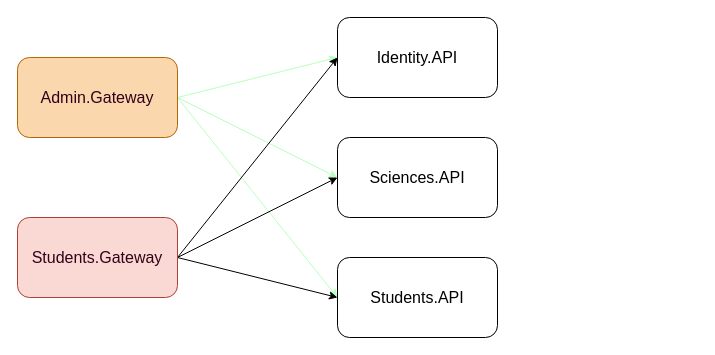
Above: diagram.drawio in ilmhub-uz/school-management-system (draw.io), before the change. Source tidied: cells renumbered, new cells numbered last; positions are measured from the earlier drawing's top-left corner, leaving out a move shared by most shapes. Both pictures are drawn from the tidied source at 100%, with x=0, y=0 at pixel (17, 17).
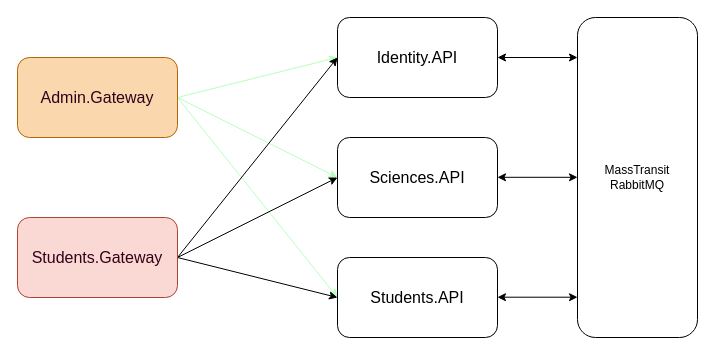
Above is the later version.

The edit, as a diff of the source:
```diff
@@
 <mxGraphModel>
   <root>
     <mxCell id="0" />
     <mxCell id="1" parent="0" />
     <mxCell id="2" style="edgeStyle=none;html=1;exitX=1;exitY=0.5;exitDx=0;exitDy=0;entryX=0;entryY=0.5;entryDx=0;entryDy=0;fontSize=16;fillColor=#60a917;strokeColor=#B8FFBF;" parent="1" edge="1" source="5" target="6">
       <mxGeometry relative="1" as="geometry" />
     </mxCell>
     <mxCell id="3" style="edgeStyle=none;html=1;exitX=1;exitY=0.5;exitDx=0;exitDy=0;entryX=0;entryY=0.5;entryDx=0;entryDy=0;fontSize=16;fillColor=#60a917;strokeColor=#B8FFBF;" parent="1" edge="1" source="5" target="7">
       <mxGeometry relative="1" as="geometry" />
     </mxCell>
     <mxCell id="4" style="edgeStyle=none;html=1;exitX=1;exitY=0.5;exitDx=0;exitDy=0;entryX=0;entryY=0.5;entryDx=0;entryDy=0;fontSize=16;fillColor=#60a917;strokeColor=#B8FFBF;" parent="1" edge="1" source="5" target="8">
       <mxGeometry relative="1" as="geometry" />
     </mxCell>
     <mxCell id="5" value="Admin.Gateway" style="rounded=1;whiteSpace=wrap;html=1;fontSize=16;fillColor=#fad7ac;strokeColor=#b46504;fontColor=#33001A;" parent="1" vertex="1">
       <mxGeometry y="40" width="160" height="80" as="geometry" />
     </mxCell>
     <mxCell id="6" value="Identity.API" style="rounded=1;whiteSpace=wrap;html=1;fontSize=16;" parent="1" vertex="1">
       <mxGeometry x="320" width="160" height="80" as="geometry" />
     </mxCell>
     <mxCell id="7" value="Sciences.API" style="rounded=1;whiteSpace=wrap;html=1;fontSize=16;" parent="1" vertex="1">
       <mxGeometry x="320" y="120" width="160" height="80" as="geometry" />
     </mxCell>
     <mxCell id="8" value="Students.API" style="rounded=1;whiteSpace=wrap;html=1;fontSize=16;" parent="1" vertex="1">
       <mxGeometry x="320" y="240" width="160" height="80" as="geometry" />
     </mxCell>
     <mxCell id="9" style="edgeStyle=none;html=1;exitX=1;exitY=0.5;exitDx=0;exitDy=0;entryX=0;entryY=0.5;entryDx=0;entryDy=0;fontSize=16;" parent="1" edge="1" source="12" target="6">
       <mxGeometry relative="1" as="geometry" />
     </mxCell>
     <mxCell id="10" style="edgeStyle=none;html=1;exitX=1;exitY=0.5;exitDx=0;exitDy=0;entryX=0;entryY=0.5;entryDx=0;entryDy=0;fontSize=16;" parent="1" edge="1" source="12" target="7">
       <mxGeometry relative="1" as="geometry" />
     </mxCell>
     <mxCell id="11" style="edgeStyle=none;html=1;exitX=1;exitY=0.5;exitDx=0;exitDy=0;entryX=0;entryY=0.5;entryDx=0;entryDy=0;fontSize=16;" parent="1" edge="1" source="12" target="8">
       <mxGeometry relative="1" as="geometry" />
     </mxCell>
     <mxCell id="12" value="Students.Gateway" style="rounded=1;whiteSpace=wrap;html=1;fontSize=16;fillColor=#fad9d5;strokeColor=#ae4132;fontColor=#33001A;" parent="1" vertex="1">
       <mxGeometry y="200" width="160" height="80" as="geometry" />
     </mxCell>
+    <mxCell id="13" value="MassTransit&lt;br&gt;RabbitMQ" style="rounded=1;whiteSpace=wrap;html=1;" parent="1" vertex="1">
+      <mxGeometry x="560" width="120" height="320" as="geometry" />
+    </mxCell>
+    <mxCell id="14" style="endArrow=classic;startArrow=classic;html=1;exitX=1;exitY=0.5;exitDx=0;exitDy=0;entryX=0;entryY=0.125;entryDx=0;entryDy=0;entryPerimeter=0;" parent="1" edge="1" source="6" target="13">
+      <mxGeometry relative="1" as="geometry" />
+    </mxCell>
+    <mxCell id="15" style="endArrow=classic;startArrow=classic;html=1;exitX=1;exitY=0.5;exitDx=0;exitDy=0;entryX=0;entryY=0.125;entryDx=0;entryDy=0;entryPerimeter=0;" parent="1" edge="1">
+      <mxGeometry relative="1" as="geometry">
+        <mxPoint x="480" y="159.8" as="sourcePoint" />
+        <mxPoint x="560" y="159.8" as="targetPoint" />
+      </mxGeometry>
+    </mxCell>
+    <mxCell id="16" style="endArrow=classic;startArrow=classic;html=1;exitX=1;exitY=0.5;exitDx=0;exitDy=0;entryX=0;entryY=0.125;entryDx=0;entryDy=0;entryPerimeter=0;" parent="1" edge="1">
+      <mxGeometry relative="1" as="geometry">
+        <mxPoint x="480" y="279.7" as="sourcePoint" />
+        <mxPoint x="560" y="279.7" as="targetPoint" />
+      </mxGeometry>
+    </mxCell>
   </root>
 </mxGraphModel>
```
